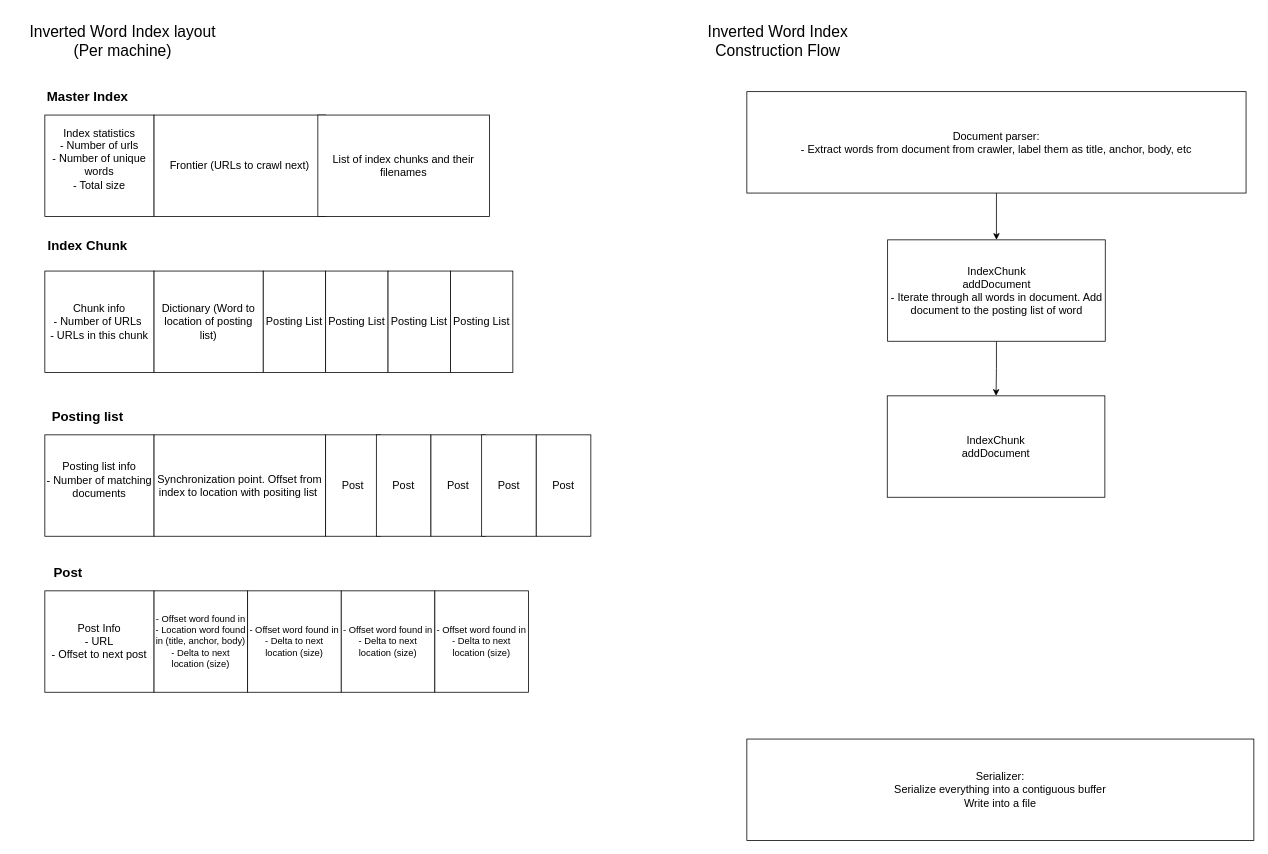
Before: reindex.drawio in BingTea-SearchEngine/Reindex, a draw.io diagram. Source tidied: cells renumbered, new cells numbered last; positions are measured from the earlier drawing's top-left corner, leaving out a move shared by most shapes. Both pictures are drawn from the tidied source at 78%, with x=0, y=0 at pixel (13, 13).
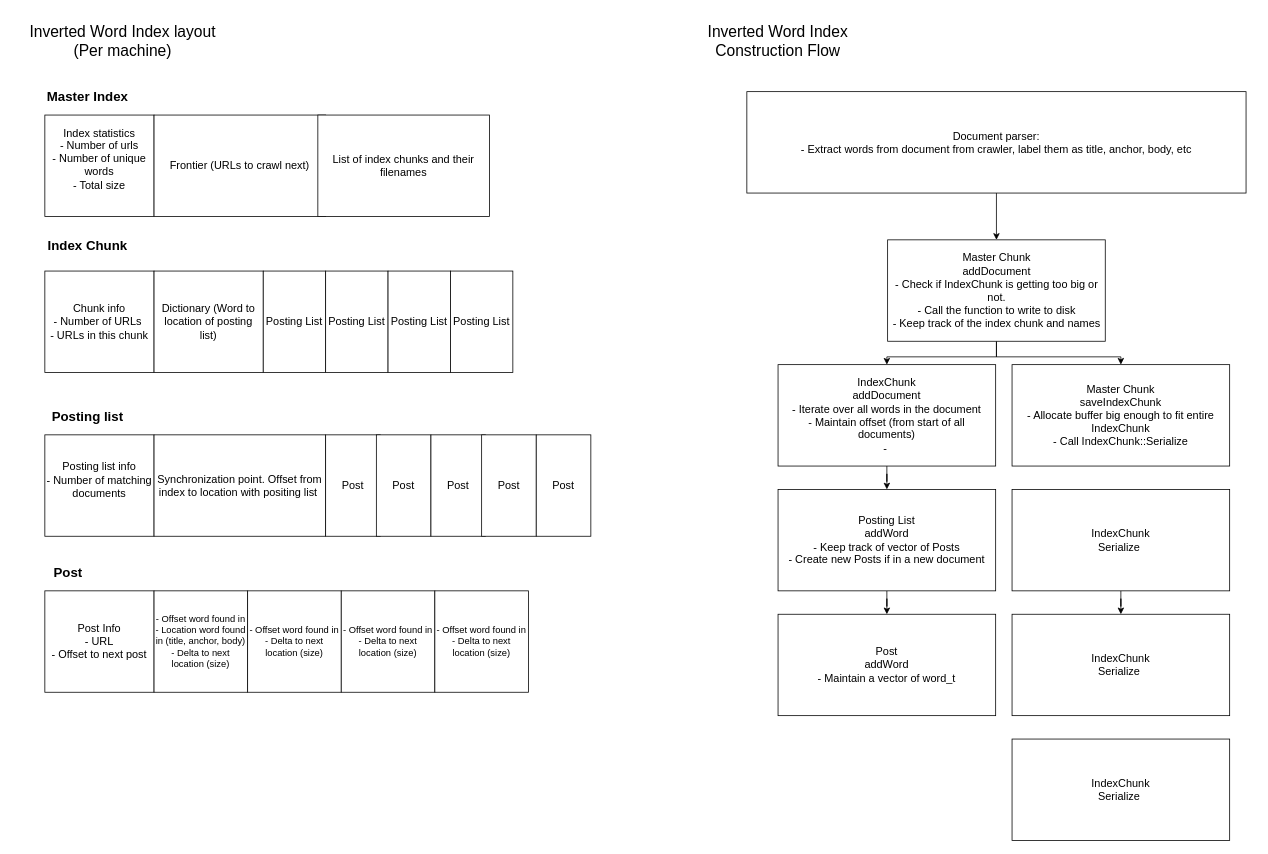
After the change.

The edit, as a diff of the source:
```diff
@@
+    <mxCell id="35" style="edgeStyle=orthogonalEdgeStyle;rounded=0;jettySize=auto;html=1;entryX=0.5;entryY=0;entryDx=0;entryDy=0;" parent="1" edge="1" source="29" target="44">
+      <mxGeometry relative="1" as="geometry" />
+    </mxCell>
-    <mxCell id="29" value="&lt;span style=&quot;font-size: 14px;&quot;&gt;IndexChunk&lt;/span&gt;&lt;div&gt;&lt;span style=&quot;font-size: 14px;&quot;&gt;addDocument&lt;/span&gt;&lt;/div&gt;&lt;div&gt;&lt;span style=&quot;font-size: 14px;&quot;&gt;- Iterate through all words in document. Add document to the posting list of word&lt;/span&gt;&lt;/div&gt;" style="rounded=0;whiteSpace=wrap;html=1;" parent="1" vertex="1">
+    <mxCell id="29" value="&lt;span style=&quot;font-size: 14px;&quot;&gt;Master Chunk&lt;/span&gt;&lt;div&gt;&lt;span style=&quot;font-size: 14px;&quot;&gt;addDocument&lt;/span&gt;&lt;/div&gt;&lt;div&gt;&lt;span style=&quot;font-size: 14px;&quot;&gt;- Check if IndexChunk is getting too big or not.&lt;/span&gt;&lt;/div&gt;&lt;div&gt;&lt;span style=&quot;font-size: 14px;&quot;&gt;- Call the function to write to disk&lt;/span&gt;&lt;/div&gt;&lt;div&gt;&lt;span style=&quot;font-size: 14px;&quot;&gt;- Keep track of the index chunk and names&lt;/span&gt;&lt;/div&gt;" style="rounded=0;whiteSpace=wrap;html=1;" parent="1" vertex="1">
       <mxGeometry x="1120.5" y="290" width="279" height="130" as="geometry" />
     </mxCell>
-    <mxCell id="30" value="&lt;span style=&quot;font-size: 14px;&quot;&gt;Serializer:&lt;br&gt;Serialize everything into a contiguous buffer&lt;/span&gt;&lt;div&gt;&lt;span style=&quot;font-size: 14px;&quot;&gt;Write into a file&lt;/span&gt;&lt;/div&gt;" style="rounded=0;whiteSpace=wrap;html=1;" parent="1" vertex="1">
-      <mxGeometry x="940" y="930" width="650" height="130" as="geometry" />
-    </mxCell>
+    <mxCell id="36" style="edgeStyle=orthogonalEdgeStyle;rounded=0;jettySize=auto;html=1;entryX=0.5;entryY=0;entryDx=0;entryDy=0;" parent="1" edge="1" source="31" target="38">
+      <mxGeometry relative="1" as="geometry" />
+    </mxCell>
-    <mxCell id="31" value="&lt;span style=&quot;font-size: 14px;&quot;&gt;IndexChunk&lt;/span&gt;&lt;div&gt;&lt;span style=&quot;font-size: 14px;&quot;&gt;addDocument&lt;/span&gt;&lt;/div&gt;" style="rounded=0;whiteSpace=wrap;html=1;" parent="1" vertex="1">
-      <mxGeometry x="1120" y="490" width="279" height="130" as="geometry" />
+    <mxCell id="31" value="&lt;span style=&quot;font-size: 14px;&quot;&gt;IndexChunk&lt;/span&gt;&lt;div&gt;&lt;span style=&quot;font-size: 14px;&quot;&gt;addDocument&lt;/span&gt;&lt;/div&gt;&lt;div&gt;&lt;span style=&quot;font-size: 14px;&quot;&gt;- Iterate over all words in the document&lt;/span&gt;&lt;/div&gt;&lt;div&gt;&lt;span style=&quot;font-size: 14px;&quot;&gt;- Maintain offset (from start of all documents)&lt;/span&gt;&lt;/div&gt;&lt;div&gt;&lt;span style=&quot;font-size: 14px;&quot;&gt;-&amp;nbsp;&lt;/span&gt;&lt;/div&gt;" style="rounded=0;whiteSpace=wrap;html=1;" parent="1" vertex="1">
+      <mxGeometry x="980" y="450" width="279" height="130" as="geometry" />
     </mxCell>
@@
+    <mxCell id="37" style="edgeStyle=orthogonalEdgeStyle;rounded=0;jettySize=auto;html=1;entryX=0.5;entryY=0;entryDx=0;entryDy=0;" parent="1" edge="1" source="38" target="39">
+      <mxGeometry relative="1" as="geometry" />
+    </mxCell>
+    <mxCell id="38" value="&lt;span style=&quot;font-size: 14px;&quot;&gt;Posting List&lt;/span&gt;&lt;div&gt;&lt;span style=&quot;font-size: 14px;&quot;&gt;addWord&lt;/span&gt;&lt;/div&gt;&lt;div&gt;&lt;span style=&quot;font-size: 14px;&quot;&gt;- Keep track of vector of Posts&lt;/span&gt;&lt;/div&gt;&lt;div&gt;&lt;span style=&quot;font-size: 14px;&quot;&gt;- Create new Posts if in a new document&lt;/span&gt;&lt;/div&gt;" style="rounded=0;whiteSpace=wrap;html=1;" parent="1" vertex="1">
+      <mxGeometry x="980" y="610" width="279" height="130" as="geometry" />
+    </mxCell>
+    <mxCell id="39" value="&lt;div&gt;&lt;span style=&quot;font-size: 14px;&quot;&gt;Post&lt;/span&gt;&lt;/div&gt;&lt;div&gt;&lt;span style=&quot;font-size: 14px;&quot;&gt;addWord&lt;/span&gt;&lt;/div&gt;&lt;div&gt;&lt;span style=&quot;font-size: 14px; background-color: transparent; color: light-dark(rgb(0, 0, 0), rgb(255, 255, 255));&quot;&gt;- Maintain a vector of word_t&lt;/span&gt;&lt;/div&gt;" style="rounded=0;whiteSpace=wrap;html=1;" parent="1" vertex="1">
+      <mxGeometry x="980" y="770" width="279" height="130" as="geometry" />
+    </mxCell>
+    <mxCell id="40" style="edgeStyle=orthogonalEdgeStyle;rounded=0;jettySize=auto;html=1;" parent="1" edge="1" source="41" target="42">
+      <mxGeometry relative="1" as="geometry" />
+    </mxCell>
+    <mxCell id="41" value="&lt;span style=&quot;font-size: 14px;&quot;&gt;IndexChunk&lt;/span&gt;&lt;div&gt;&lt;span style=&quot;font-size: 14px;&quot;&gt;Serialize&lt;/span&gt;&lt;span style=&quot;background-color: transparent; color: light-dark(rgb(0, 0, 0), rgb(255, 255, 255)); font-size: 14px;&quot;&gt;&amp;nbsp;&lt;/span&gt;&lt;/div&gt;" style="rounded=0;whiteSpace=wrap;html=1;" parent="1" vertex="1">
+      <mxGeometry x="1280" y="610" width="279" height="130" as="geometry" />
+    </mxCell>
+    <mxCell id="42" value="&lt;span style=&quot;font-size: 14px;&quot;&gt;IndexChunk&lt;/span&gt;&lt;div&gt;&lt;span style=&quot;font-size: 14px;&quot;&gt;Serialize&lt;/span&gt;&lt;span style=&quot;background-color: transparent; color: light-dark(rgb(0, 0, 0), rgb(255, 255, 255)); font-size: 14px;&quot;&gt;&amp;nbsp;&lt;/span&gt;&lt;/div&gt;" style="rounded=0;whiteSpace=wrap;html=1;" parent="1" vertex="1">
+      <mxGeometry x="1280" y="770" width="279" height="130" as="geometry" />
+    </mxCell>
+    <mxCell id="43" value="&lt;span style=&quot;font-size: 14px;&quot;&gt;IndexChunk&lt;/span&gt;&lt;div&gt;&lt;span style=&quot;font-size: 14px;&quot;&gt;Serialize&lt;/span&gt;&lt;span style=&quot;background-color: transparent; color: light-dark(rgb(0, 0, 0), rgb(255, 255, 255)); font-size: 14px;&quot;&gt;&amp;nbsp;&lt;/span&gt;&lt;/div&gt;" style="rounded=0;whiteSpace=wrap;html=1;" parent="1" vertex="1">
+      <mxGeometry x="1280" y="930" width="279" height="130" as="geometry" />
+    </mxCell>
+    <mxCell id="44" value="&lt;span style=&quot;font-size: 14px;&quot;&gt;Master Chunk&lt;/span&gt;&lt;div&gt;&lt;span style=&quot;font-size: 14px;&quot;&gt;saveIndexChunk&lt;/span&gt;&lt;/div&gt;&lt;div&gt;&lt;span style=&quot;font-size: 14px;&quot;&gt;- Allocate buffer big enough to fit entire IndexChunk&lt;/span&gt;&lt;/div&gt;&lt;div&gt;&lt;span style=&quot;font-size: 14px;&quot;&gt;- Call IndexChunk::Serialize&lt;/span&gt;&lt;/div&gt;" style="rounded=0;whiteSpace=wrap;html=1;" parent="1" vertex="1">
+      <mxGeometry x="1280" y="450" width="279" height="130" as="geometry" />
+    </mxCell>
```
